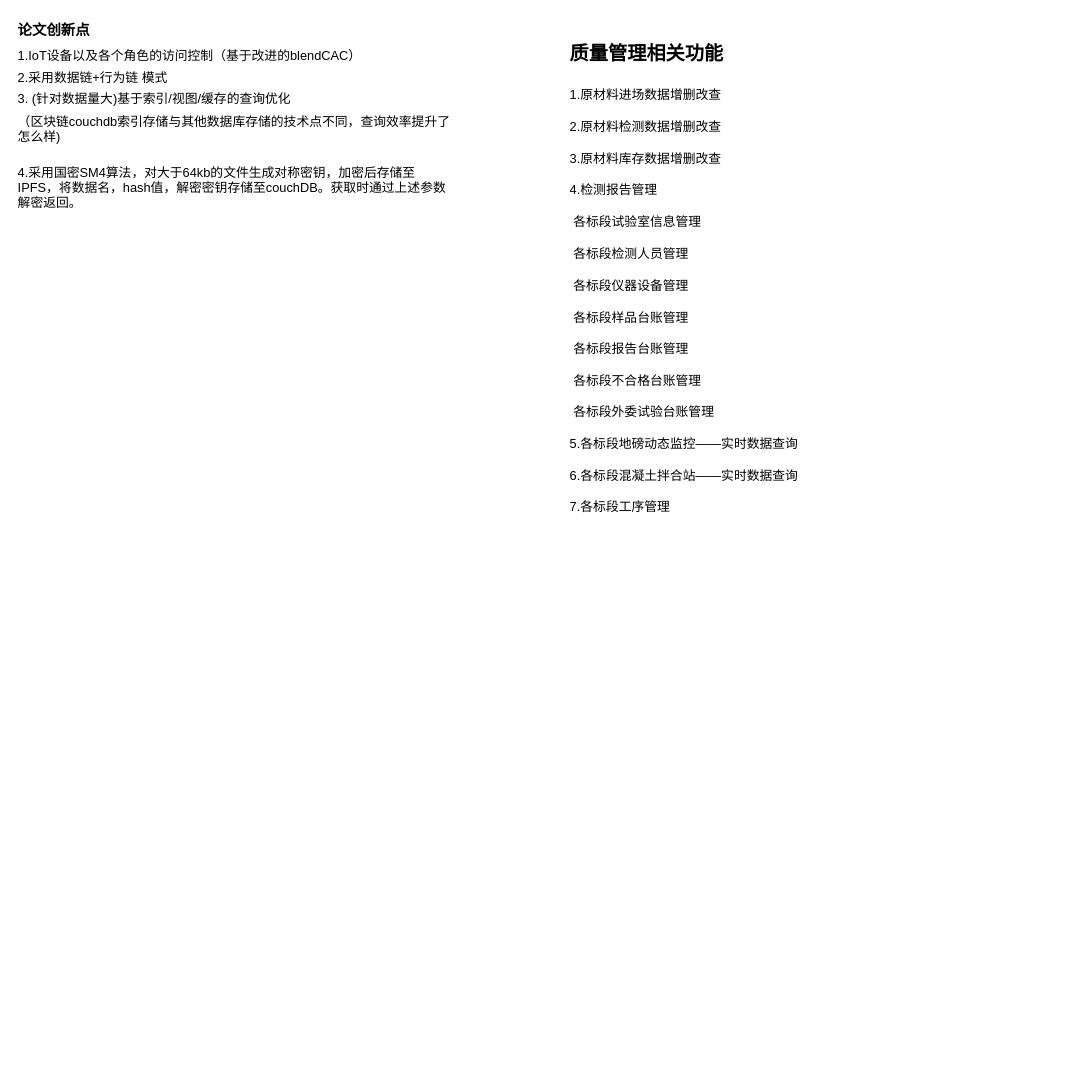
Before: 未命名绘图.drawio in lhq-HuNan/image, a draw.io diagram. Source tidied: cells renumbered, new cells numbered last; positions are measured from the earlier drawing's top-left corner, leaving out a move shared by most shapes. Both pictures are drawn from the tidied source at 80%, with x=0, y=0 at pixel (14, 22).
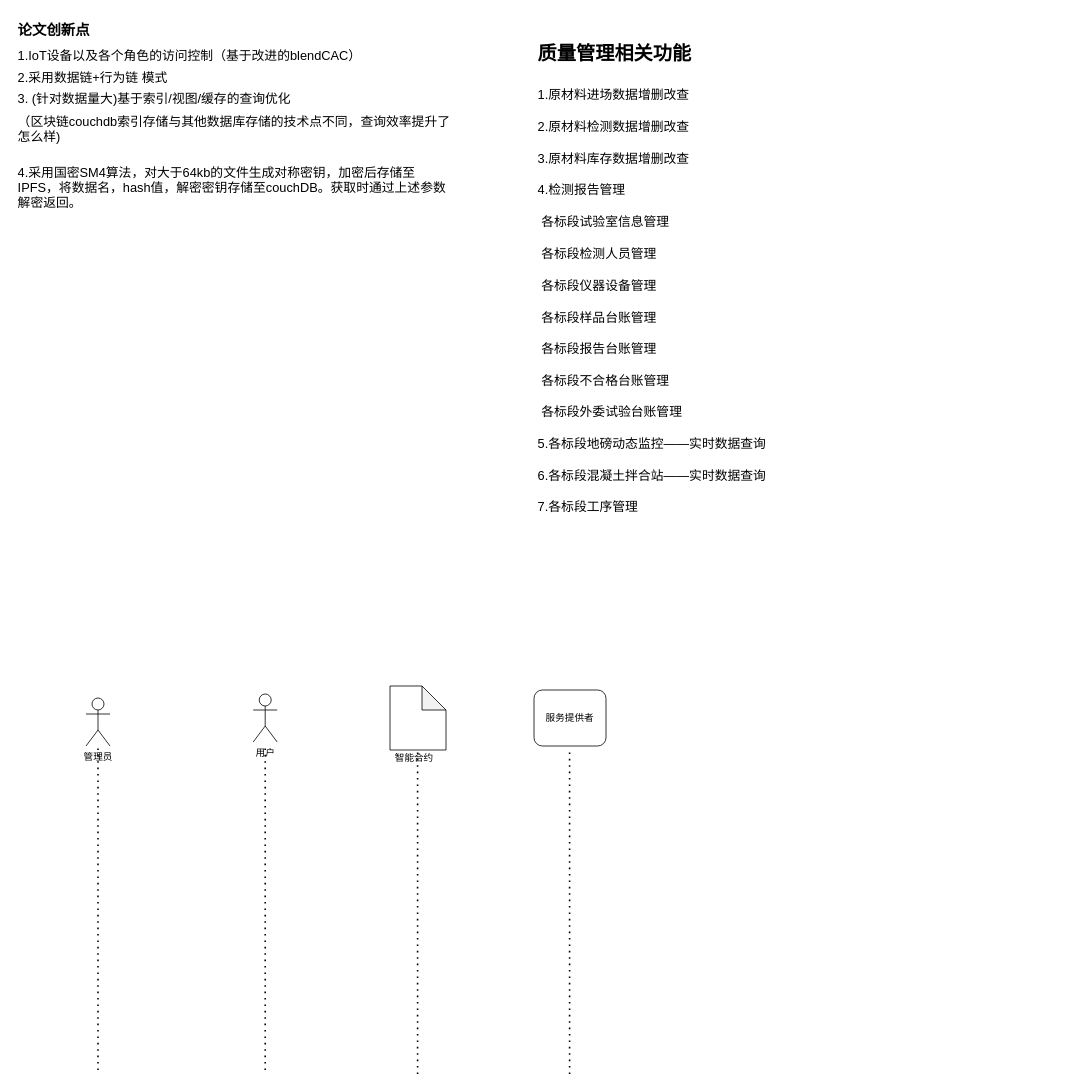
The same page after the edit.

Commit message:
更新未命名绘图.drawio

Change to the diagram source:
```diff
@@
 <mxGraphModel>
   <root>
     <mxCell id="0" />
     <mxCell id="1" parent="0" />
     <mxCell id="2" value="&lt;h1&gt;&lt;font style=&quot;font-size: 18px&quot;&gt;论文创新点&lt;/font&gt;&lt;/h1&gt;&lt;p&gt;&lt;font size=&quot;3&quot;&gt;1.IoT设备以及各个角色的访问控制（基于改进的blendCAC）&lt;/font&gt;&lt;/p&gt;&lt;p&gt;&lt;font size=&quot;3&quot;&gt;2.采用数据链+行为链 模式&lt;/font&gt;&lt;/p&gt;&lt;p&gt;&lt;font size=&quot;3&quot;&gt;3. (针对数据量大)基于索引/视图/缓存的查询优化&amp;nbsp;&lt;/font&gt;&lt;/p&gt;&lt;p&gt;&lt;font size=&quot;3&quot;&gt;（区块链couchdb索引存储与其他数据库存储的技术点不同，查询效率提升了怎么样)&lt;/font&gt;&lt;/p&gt;&lt;p&gt;&lt;br&gt;&lt;/p&gt;&lt;p&gt;&lt;font size=&quot;3&quot;&gt;4.采用国密SM4算法，对大于64kb的文件生成对称密钥，加密后存储至IPFS，将数据名，hash值，解密密钥存储至couchDB。获取时通过上述参数解密返回。&lt;/font&gt;&lt;/p&gt;&lt;div&gt;&lt;br&gt;&lt;/div&gt;" style="text;html=1;strokeColor=none;fillColor=none;spacing=5;spacingTop=-20;whiteSpace=wrap;overflow=hidden;rounded=0;fontSize=8;" parent="1" vertex="1">
       <mxGeometry width="550" height="340" as="geometry" />
     </mxCell>
     <mxCell id="3" value="&lt;h1&gt;&lt;font style=&quot;font-size: 24px&quot;&gt;质量管理相关功能&lt;/font&gt;&lt;/h1&gt;&lt;p&gt;&lt;font size=&quot;3&quot;&gt;1.原材料进场数据增删改查&lt;/font&gt;&lt;/p&gt;&lt;p&gt;&lt;font size=&quot;3&quot;&gt;2.原材料检测数据增删改查&lt;/font&gt;&lt;/p&gt;&lt;p&gt;&lt;font size=&quot;3&quot;&gt;3.原材料库存数据增删改查&lt;/font&gt;&lt;/p&gt;&lt;p&gt;&lt;font size=&quot;3&quot;&gt;4.检测报告管理&lt;/font&gt;&lt;/p&gt;&lt;p&gt;&lt;font size=&quot;3&quot;&gt;&lt;span style=&quot;white-space: pre&quot;&gt; &lt;/span&gt;各标段试验室信息管理&lt;br&gt;&lt;/font&gt;&lt;/p&gt;&lt;p&gt;&lt;font size=&quot;3&quot;&gt;&lt;span style=&quot;white-space: pre&quot;&gt; &lt;/span&gt;各标段检测人员管理&lt;br&gt;&lt;/font&gt;&lt;/p&gt;&lt;p&gt;&lt;font size=&quot;3&quot;&gt;&lt;span style=&quot;white-space: pre&quot;&gt; &lt;/span&gt;各标段仪器设备管理&lt;br&gt;&lt;/font&gt;&lt;/p&gt;&lt;p&gt;&lt;font size=&quot;3&quot;&gt;&lt;span style=&quot;white-space: pre&quot;&gt; &lt;/span&gt;各标段样品台账管理&lt;br&gt;&lt;/font&gt;&lt;/p&gt;&lt;p&gt;&lt;font size=&quot;3&quot;&gt;&lt;span style=&quot;white-space: pre&quot;&gt; &lt;/span&gt;各标段报告台账管理&lt;br&gt;&lt;/font&gt;&lt;/p&gt;&lt;p&gt;&lt;font size=&quot;3&quot;&gt;&lt;span style=&quot;white-space: pre&quot;&gt; &lt;/span&gt;各标段不合格台账管理&lt;br&gt;&lt;/font&gt;&lt;/p&gt;&lt;p&gt;&lt;font size=&quot;3&quot;&gt;&lt;span style=&quot;white-space: pre&quot;&gt; &lt;/span&gt;各标段外委试验台账管理&lt;br&gt;&lt;/font&gt;&lt;/p&gt;&lt;p&gt;&lt;font size=&quot;3&quot;&gt;5.各标段地磅动态监控——实时数据查询&lt;/font&gt;&lt;/p&gt;&lt;p&gt;&lt;font size=&quot;3&quot;&gt;6.各标段混凝土拌合站——实时数据查询&lt;/font&gt;&lt;/p&gt;&lt;p&gt;&lt;font size=&quot;3&quot;&gt;7.各标段工序管理&lt;/font&gt;&lt;/p&gt;&lt;p&gt;&lt;font size=&quot;3&quot;&gt;&lt;br&gt;&lt;/font&gt;&lt;/p&gt;&lt;p&gt;&lt;font size=&quot;3&quot;&gt;&lt;span style=&quot;white-space: pre&quot;&gt; &lt;/span&gt;&lt;br&gt;&lt;/font&gt;&lt;/p&gt;&lt;p&gt;&lt;font size=&quot;3&quot;&gt;&lt;span style=&quot;white-space: pre&quot;&gt; &lt;/span&gt;&lt;br&gt;&lt;/font&gt;&lt;/p&gt;" style="text;html=1;strokeColor=none;fillColor=none;spacing=5;spacingTop=-20;whiteSpace=wrap;overflow=hidden;rounded=0;fontSize=18;" parent="1" vertex="1">
-      <mxGeometry x="690" width="630" height="640" as="geometry" />
+      <mxGeometry x="650" width="630" height="640" as="geometry" />
     </mxCell>
+    <mxCell id="4" value="服务提供者" style="rounded=1;whiteSpace=wrap;html=1;" parent="1" vertex="1">
+      <mxGeometry x="650" y="835" width="90" height="70" as="geometry" />
+    </mxCell>
+    <mxCell id="5" value="管理员" style="shape=umlActor;verticalLabelPosition=bottom;verticalAlign=top;html=1;outlineConnect=0;" parent="1" vertex="1">
+      <mxGeometry x="90" y="845" width="30" height="60" as="geometry" />
+    </mxCell>
+    <mxCell id="6" value="用户" style="shape=umlActor;verticalLabelPosition=bottom;verticalAlign=top;html=1;" parent="1" vertex="1">
+      <mxGeometry x="299" y="840" width="30" height="60" as="geometry" />
+    </mxCell>
+    <mxCell id="7" style="shape=note;whiteSpace=wrap;html=1;backgroundOutline=1;darkOpacity=0.05;" parent="1" vertex="1">
+      <mxGeometry x="470" y="830" width="70" height="80" as="geometry" />
+    </mxCell>
+    <mxCell id="8" value="智能合约" style="text;html=1;align=center;verticalAlign=middle;strokeColor=none;fillColor=none;" parent="1" vertex="1">
+      <mxGeometry x="465" y="910" width="70" height="20" as="geometry" />
+    </mxCell>
+    <mxCell id="9" style="endArrow=none;dashed=1;html=1;dashPattern=1 3;strokeWidth=2;rounded=0;" parent="1" edge="1" target="5">
+      <mxGeometry relative="1" as="geometry">
+        <mxPoint x="105" y="1310" as="sourcePoint" />
+      </mxGeometry>
+    </mxCell>
+    <mxCell id="10" style="endArrow=none;dashed=1;html=1;dashPattern=1 3;strokeWidth=2;rounded=0;" parent="1" edge="1">
+      <mxGeometry relative="1" as="geometry">
+        <mxPoint x="314" y="1310" as="sourcePoint" />
+        <mxPoint x="314" y="905" as="targetPoint" />
+      </mxGeometry>
+    </mxCell>
+    <mxCell id="11" style="endArrow=none;dashed=1;html=1;dashPattern=1 3;strokeWidth=2;rounded=0;" parent="1" edge="1">
+      <mxGeometry relative="1" as="geometry">
+        <mxPoint x="504.5" y="1315" as="sourcePoint" />
+        <mxPoint x="504.5" y="910" as="targetPoint" />
+      </mxGeometry>
+    </mxCell>
+    <mxCell id="12" style="endArrow=none;dashed=1;html=1;dashPattern=1 3;strokeWidth=2;rounded=0;" parent="1" edge="1">
+      <mxGeometry relative="1" as="geometry">
+        <mxPoint x="694.5" y="1315" as="sourcePoint" />
+        <mxPoint x="694.5" y="910" as="targetPoint" />
+      </mxGeometry>
+    </mxCell>
   </root>
 </mxGraphModel>
```
